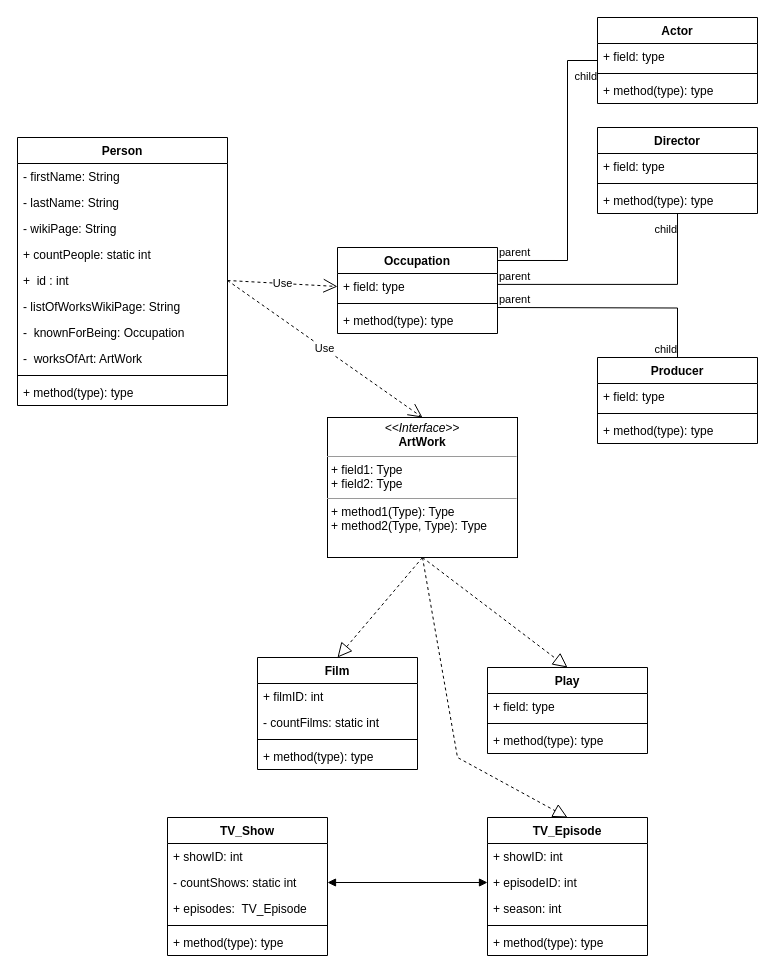
The draw.io diagram page "Page-2" (2 of 2) of UML Diagram.drawio in oliverjamarie/ArtCredit, before the edit. Source tidied: cells renumbered, new cells numbered last; positions are measured from the earlier drawing's top-left corner, leaving out a move shared by most shapes. Both pictures are drawn from the tidied source at 100%, with x=0, y=0 at pixel (17, 17).
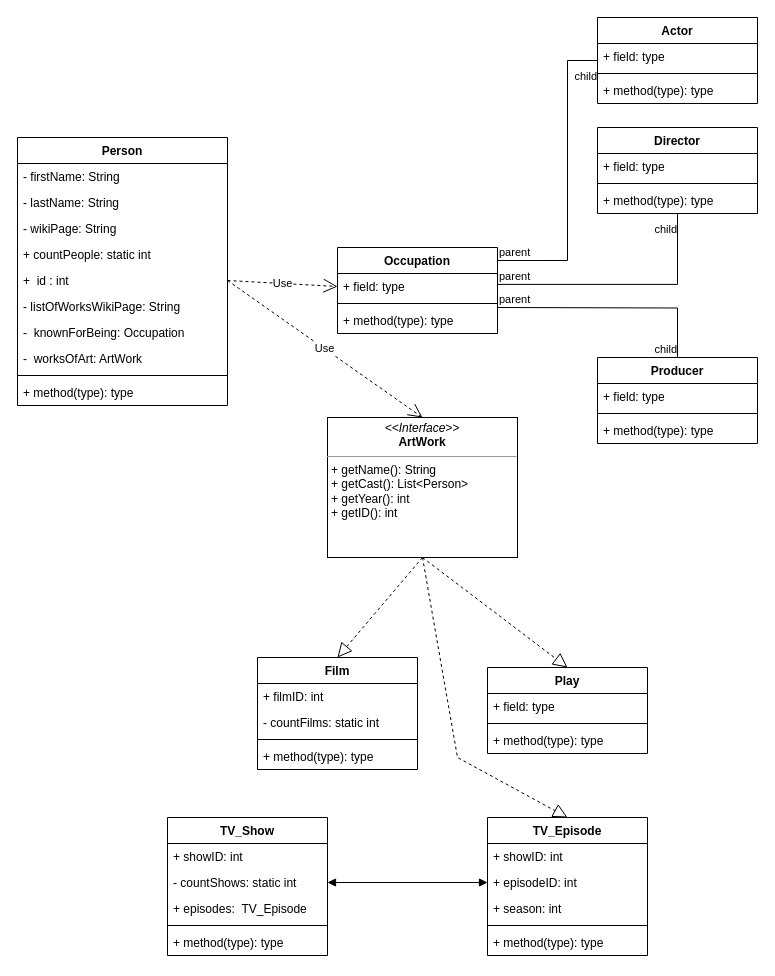
Above is the later version.

What changed in the source:
```diff
@@
-    <mxCell id="60" value="&lt;p style=&quot;margin: 0px ; margin-top: 4px ; text-align: center&quot;&gt;&lt;i&gt;&amp;lt;&amp;lt;Interface&amp;gt;&amp;gt;&lt;/i&gt;&lt;br&gt;&lt;b&gt;ArtWork&lt;/b&gt;&lt;/p&gt;&lt;hr size=&quot;1&quot;&gt;&lt;p style=&quot;margin: 0px ; margin-left: 4px&quot;&gt;+ field1: Type&lt;br&gt;+ field2: Type&lt;/p&gt;&lt;hr size=&quot;1&quot;&gt;&lt;p style=&quot;margin: 0px ; margin-left: 4px&quot;&gt;+ method1(Type): Type&lt;br&gt;+ method2(Type, Type): Type&lt;/p&gt;" style="verticalAlign=top;align=left;overflow=fill;fontSize=12;fontFamily=Helvetica;html=1;" parent="1" vertex="1">
+    <mxCell id="60" value="&lt;p style=&quot;margin: 0px ; margin-top: 4px ; text-align: center&quot;&gt;&lt;i&gt;&amp;lt;&amp;lt;Interface&amp;gt;&amp;gt;&lt;/i&gt;&lt;br&gt;&lt;b&gt;ArtWork&lt;/b&gt;&lt;/p&gt;&lt;hr size=&quot;1&quot;&gt;&lt;p style=&quot;margin: 0px ; margin-left: 4px&quot;&gt;+ getName(): String&lt;/p&gt;&lt;p style=&quot;margin: 0px ; margin-left: 4px&quot;&gt;+ getCast(): List&amp;lt;Person&amp;gt;&lt;/p&gt;&lt;p style=&quot;margin: 0px ; margin-left: 4px&quot;&gt;+ getYear(): int&lt;/p&gt;&lt;p style=&quot;margin: 0px ; margin-left: 4px&quot;&gt;+ getID(): int&lt;/p&gt;" style="verticalAlign=top;align=left;overflow=fill;fontSize=12;fontFamily=Helvetica;html=1;" parent="1" vertex="1">
       <mxGeometry x="310" y="400" width="190" height="140" as="geometry" />
     </mxCell>
```
